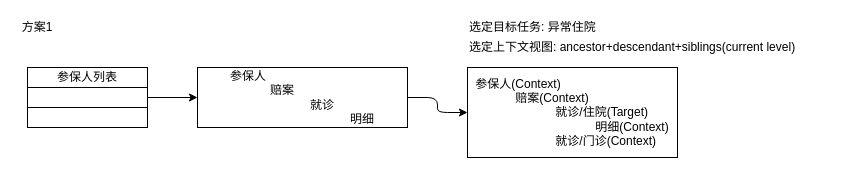
Above: 标注方案.drawio in XiaoLiuAI/diagrams (draw.io), before the change. Source tidied: cells renumbered, new cells numbered last; positions are measured from the earlier drawing's top-left corner, leaving out a move shared by most shapes. Both pictures are drawn from the tidied source at 100%, with x=0, y=0 at pixel (17, 17).
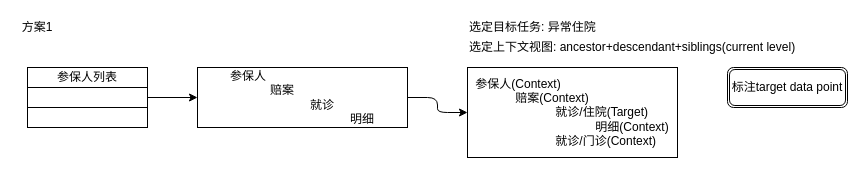
The same diagram, later.

The edit, as a diff of the source:
```diff
@@
 <mxGraphModel>
   <root>
     <mxCell id="0" />
     <mxCell id="1" parent="0" />
     <mxCell id="2" value="方案1" style="text;html=1;strokeColor=none;fillColor=none;align=center;verticalAlign=middle;whiteSpace=wrap;rounded=0;" parent="1" vertex="1">
       <mxGeometry width="40" height="20" as="geometry" />
     </mxCell>
     <mxCell id="3" value="参保人列表" style="rounded=0;whiteSpace=wrap;html=1;" parent="1" vertex="1">
       <mxGeometry x="10" y="50" width="120" height="20" as="geometry" />
     </mxCell>
     <mxCell id="4" style="rounded=0;whiteSpace=wrap;html=1;" parent="1" vertex="1">
       <mxGeometry x="10" y="70" width="120" height="20" as="geometry" />
     </mxCell>
     <mxCell id="5" style="rounded=0;whiteSpace=wrap;html=1;" parent="1" vertex="1">
       <mxGeometry x="10" y="90" width="120" height="20" as="geometry" />
     </mxCell>
     <mxCell id="6" value="&lt;div style=&quot;text-align: left&quot;&gt;&lt;span&gt;参保人&lt;/span&gt;&lt;/div&gt;&lt;blockquote style=&quot;margin: 0 0 0 40px ; border: none ; padding: 0px&quot;&gt;&lt;span&gt;&lt;div style=&quot;text-align: left&quot;&gt;&lt;span&gt;赔案&lt;/span&gt;&lt;/div&gt;&lt;/span&gt;&lt;/blockquote&gt;&lt;blockquote style=&quot;margin: 0 0 0 40px ; border: none ; padding: 0px&quot;&gt;&lt;blockquote style=&quot;margin: 0 0 0 40px ; border: none ; padding: 0px&quot;&gt;&lt;span&gt;&lt;div style=&quot;text-align: left&quot;&gt;&lt;span&gt;就诊&lt;/span&gt;&lt;/div&gt;&lt;/span&gt;&lt;/blockquote&gt;&lt;/blockquote&gt;&lt;blockquote style=&quot;margin: 0 0 0 40px ; border: none ; padding: 0px&quot;&gt;&lt;blockquote style=&quot;margin: 0 0 0 40px ; border: none ; padding: 0px&quot;&gt;&lt;blockquote style=&quot;margin: 0 0 0 40px ; border: none ; padding: 0px&quot;&gt;&lt;span&gt;&lt;div style=&quot;text-align: left&quot;&gt;明细&lt;/div&gt;&lt;/span&gt;&lt;/blockquote&gt;&lt;/blockquote&gt;&lt;/blockquote&gt;" style="rounded=0;whiteSpace=wrap;html=1;" parent="1" vertex="1">
       <mxGeometry x="180" y="50" width="210" height="60" as="geometry" />
     </mxCell>
     <mxCell id="7" style="endArrow=classic;html=1;exitX=1;exitY=0.5;exitDx=0;exitDy=0;entryX=0;entryY=0.5;entryDx=0;entryDy=0;" parent="1" edge="1" source="4" target="6">
       <mxGeometry relative="1" as="geometry" />
     </mxCell>
     <mxCell id="8" value="&lt;div style=&quot;text-align: left&quot;&gt;&lt;span&gt;参保人(Context)&lt;/span&gt;&lt;/div&gt;&lt;blockquote style=&quot;margin: 0 0 0 40px ; border: none ; padding: 0px&quot;&gt;&lt;span&gt;&lt;div style=&quot;text-align: left&quot;&gt;&lt;span&gt;赔案(Context)&lt;/span&gt;&lt;/div&gt;&lt;/span&gt;&lt;/blockquote&gt;&lt;blockquote style=&quot;margin: 0 0 0 40px ; border: none ; padding: 0px&quot;&gt;&lt;blockquote style=&quot;margin: 0 0 0 40px ; border: none ; padding: 0px&quot;&gt;&lt;span&gt;&lt;div style=&quot;text-align: left&quot;&gt;&lt;span&gt;就诊/住院(Target)&lt;/span&gt;&lt;/div&gt;&lt;/span&gt;&lt;/blockquote&gt;&lt;/blockquote&gt;&lt;blockquote style=&quot;margin: 0 0 0 40px ; border: none ; padding: 0px&quot;&gt;&lt;blockquote style=&quot;margin: 0 0 0 40px ; border: none ; padding: 0px&quot;&gt;&lt;blockquote style=&quot;margin: 0 0 0 40px ; border: none ; padding: 0px&quot;&gt;&lt;span&gt;&lt;div style=&quot;text-align: left&quot;&gt;明细(Context)&lt;/div&gt;&lt;/span&gt;&lt;/blockquote&gt;&lt;/blockquote&gt;&lt;/blockquote&gt;&lt;blockquote style=&quot;margin: 0 0 0 40px ; border: none ; padding: 0px&quot;&gt;&lt;blockquote style=&quot;margin: 0 0 0 40px ; border: none ; padding: 0px&quot;&gt;&lt;div style=&quot;text-align: left&quot;&gt;&lt;span&gt;就诊/门诊(Context)&lt;/span&gt;&lt;/div&gt;&lt;/blockquote&gt;&lt;/blockquote&gt;" style="rounded=0;whiteSpace=wrap;html=1;" parent="1" vertex="1">
       <mxGeometry x="450" y="50" width="210" height="90" as="geometry" />
     </mxCell>
     <mxCell id="9" value="选定目标任务: 异常住院" style="text;html=1;strokeColor=none;fillColor=none;align=left;verticalAlign=middle;whiteSpace=wrap;rounded=0;" parent="1" vertex="1">
       <mxGeometry x="450" width="170" height="20" as="geometry" />
     </mxCell>
     <mxCell id="10" value="选定上下文视图: ancestor+descendant+siblings(current level)" style="text;html=1;strokeColor=none;fillColor=none;align=left;verticalAlign=middle;whiteSpace=wrap;rounded=0;" parent="1" vertex="1">
       <mxGeometry x="450" y="20" width="360" height="20" as="geometry" />
     </mxCell>
     <mxCell id="11" style="edgeStyle=elbowEdgeStyle;elbow=horizontal;endArrow=classic;html=1;entryX=0;entryY=0.5;entryDx=0;entryDy=0;exitX=1;exitY=0.5;exitDx=0;exitDy=0;" parent="1" edge="1" source="6" target="8">
       <mxGeometry relative="1" as="geometry" />
     </mxCell>
+    <mxCell id="12" value="标注target data point" style="shape=ext;double=1;rounded=1;whiteSpace=wrap;html=1;align=center;" parent="1" vertex="1">
+      <mxGeometry x="710" y="50" width="120" height="40" as="geometry" />
+    </mxCell>
   </root>
 </mxGraphModel>
```
